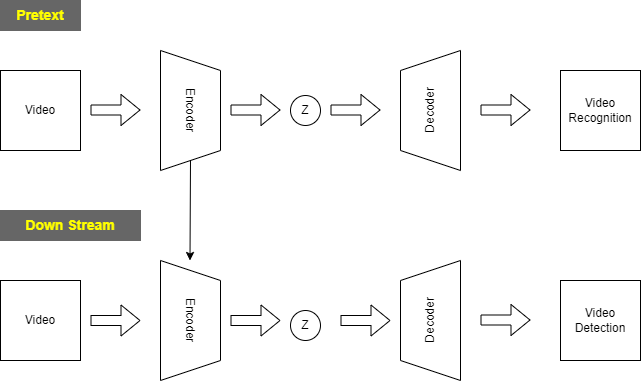
The draw.io diagram 연구주제.drawio.png in Kyoungrae-Noh/Self-Supervised-Learning, before a commit. Source tidied: cells renumbered, new cells last; positions are measured from the earlier drawing's top-left corner, leaving out a move shared by most shapes.
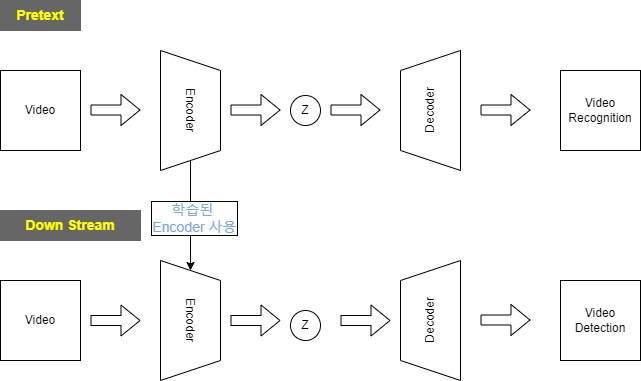
Above is the later version.

Commit message:
연구주제.drawio.png 업데이트

Diff of the diagram source:
```diff
@@ -41,11 +41,16 @@
     <mxCell id="10" value="Video&lt;br&gt;Recognition" style="whiteSpace=wrap;html=1;" parent="1" vertex="1">
       <mxGeometry x="560" y="70" width="80" height="80" as="geometry" />
     </mxCell>
-    <mxCell id="11" style="endArrow=classic;html=1;rounded=0;fillColor=#FFFFFF;exitX=1;exitY=0.5;exitDx=0;exitDy=0;" parent="1" edge="1" source="4">
+    <mxCell id="11" style="endArrow=classic;html=1;rounded=0;fillColor=#FFFFFF;exitX=1;exitY=0.5;exitDx=0;exitDy=0;entryX=0;entryY=0.5;entryDx=0;entryDy=0;" parent="1" edge="1" target="12">
       <mxGeometry relative="1" as="geometry">
-        <mxPoint x="189.5" y="260" as="targetPoint" />
+        <mxPoint x="190" y="160" as="sourcePoint" />
       </mxGeometry>
     </mxCell>
+    <mxCell id="23" value="&lt;font color=&quot;#7ea6e0&quot;&gt;학습된 &lt;br&gt;Encoder 사용&lt;/font&gt;" style="edgeLabel;html=1;align=center;verticalAlign=middle;fontSize=14;fontColor=#FFFF00;labelBorderColor=default;" parent="11" vertex="1">
+      <mxGeometry x="0.34" y="-4" relative="1" as="geometry">
+        <mxPoint x="7" y="-17" as="offset" />
+      </mxGeometry>
+    </mxCell>
     <mxCell id="12" value="Encoder" style="shape=trapezoid;perimeter=trapezoidPerimeter;whiteSpace=wrap;html=1;fixedSize=1;rotation=90;" parent="1" vertex="1">
       <mxGeometry x="130" y="290" width="120" height="60" as="geometry" />
     </mxCell>
```
